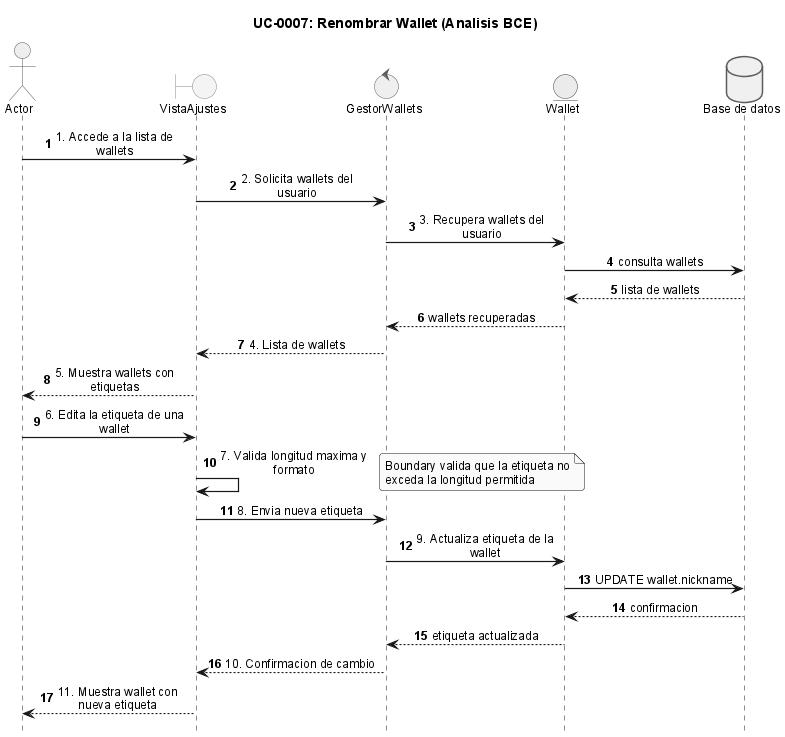
Earlier version of the PlantUML export anexos/diagramas/seq-bce-uc0007-rename-wallet.png (ErDeivih/DocumentChain).
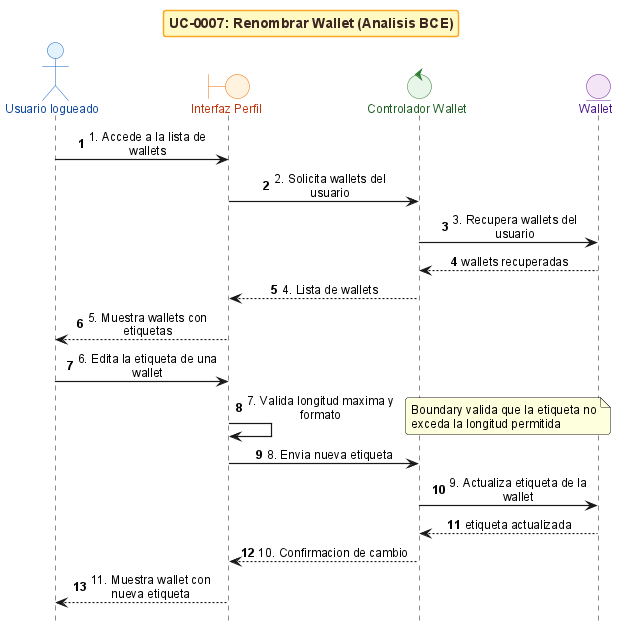
The same diagram one commit later.

What changed in the source:
```diff
@@ -3,18 +3,15 @@
 
 title UC-0007: Renombrar Wallet (Analisis BCE)
 
-actor Actor
-boundary "VistaAjustes" as BF
-control "GestorWallets" as CW
+actor "Usuario logueado" as Actor
+boundary "Interfaz Perfil" as BF
+control "Controlador Wallet" as CW
 entity "Wallet" as EW
 
-database "Base de datos" as DB
 
 Actor -> BF : 1. Accede a la lista de wallets
 BF -> CW : 2. Solicita wallets del usuario
 CW -> EW : 3. Recupera wallets del usuario
-EW -> DB : consulta wallets
-DB --> EW : lista de wallets
 EW --> CW : wallets recuperadas
 CW --> BF : 4. Lista de wallets
 BF --> Actor : 5. Muestra wallets con etiquetas
@@ -25,8 +22,6 @@
 
 BF -> CW : 8. Envia nueva etiqueta
 CW -> EW : 9. Actualiza etiqueta de la wallet
-EW -> DB : UPDATE wallet.nickname
-DB --> EW : confirmacion
 EW --> CW : etiqueta actualizada
 
 CW --> BF : 10. Confirmacion de cambio
```
